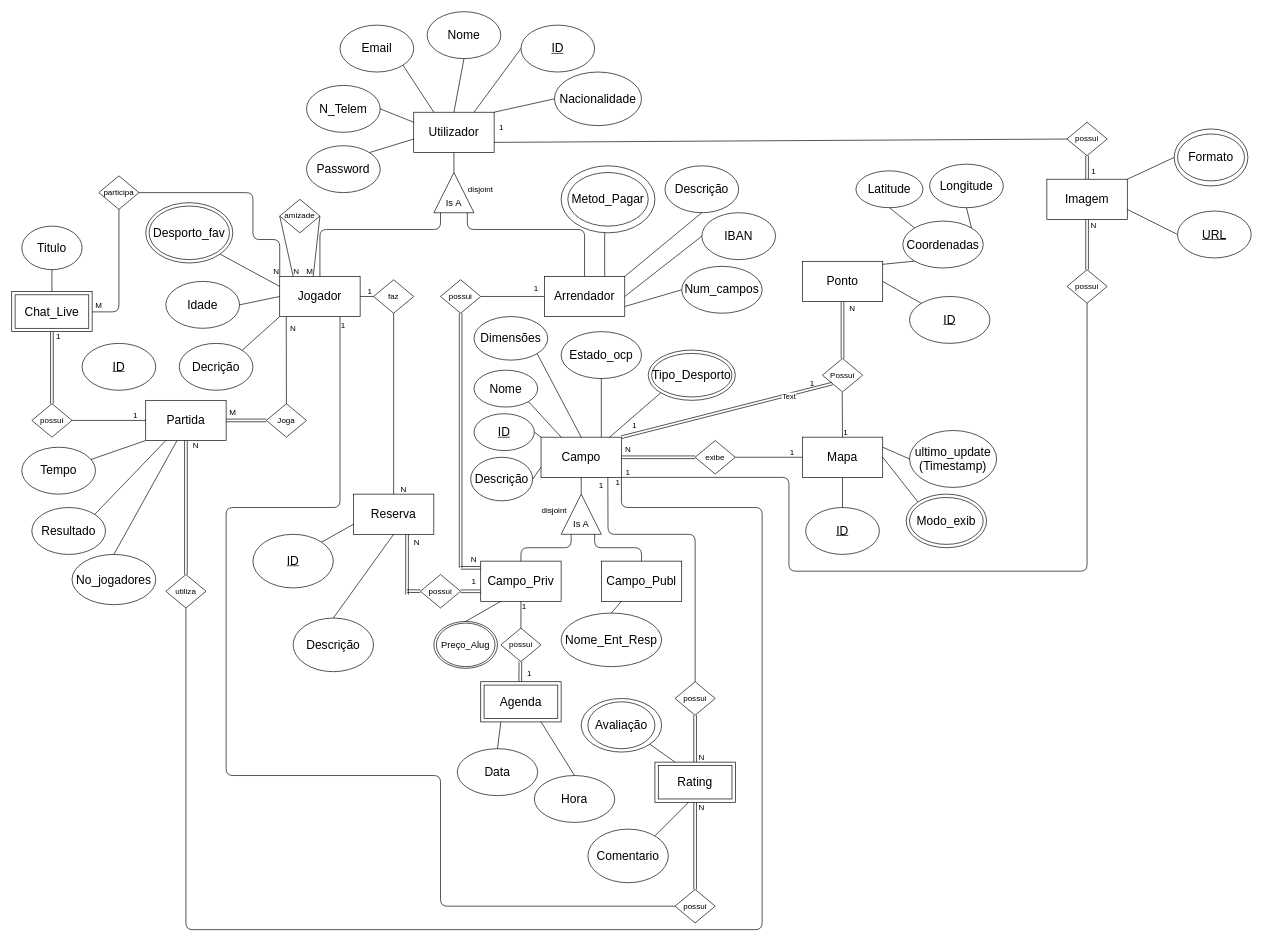
Before: DER_SL.drawio in Paul-Y5/Projeto_SPORTSLINK-BD, a draw.io diagram. Source tidied: cells renumbered, new cells numbered last; positions are measured from the earlier drawing's top-left corner, leaving out a move shared by most shapes. Both pictures are drawn from the tidied source at 67%, with x=0, y=0 at pixel (11, 11).
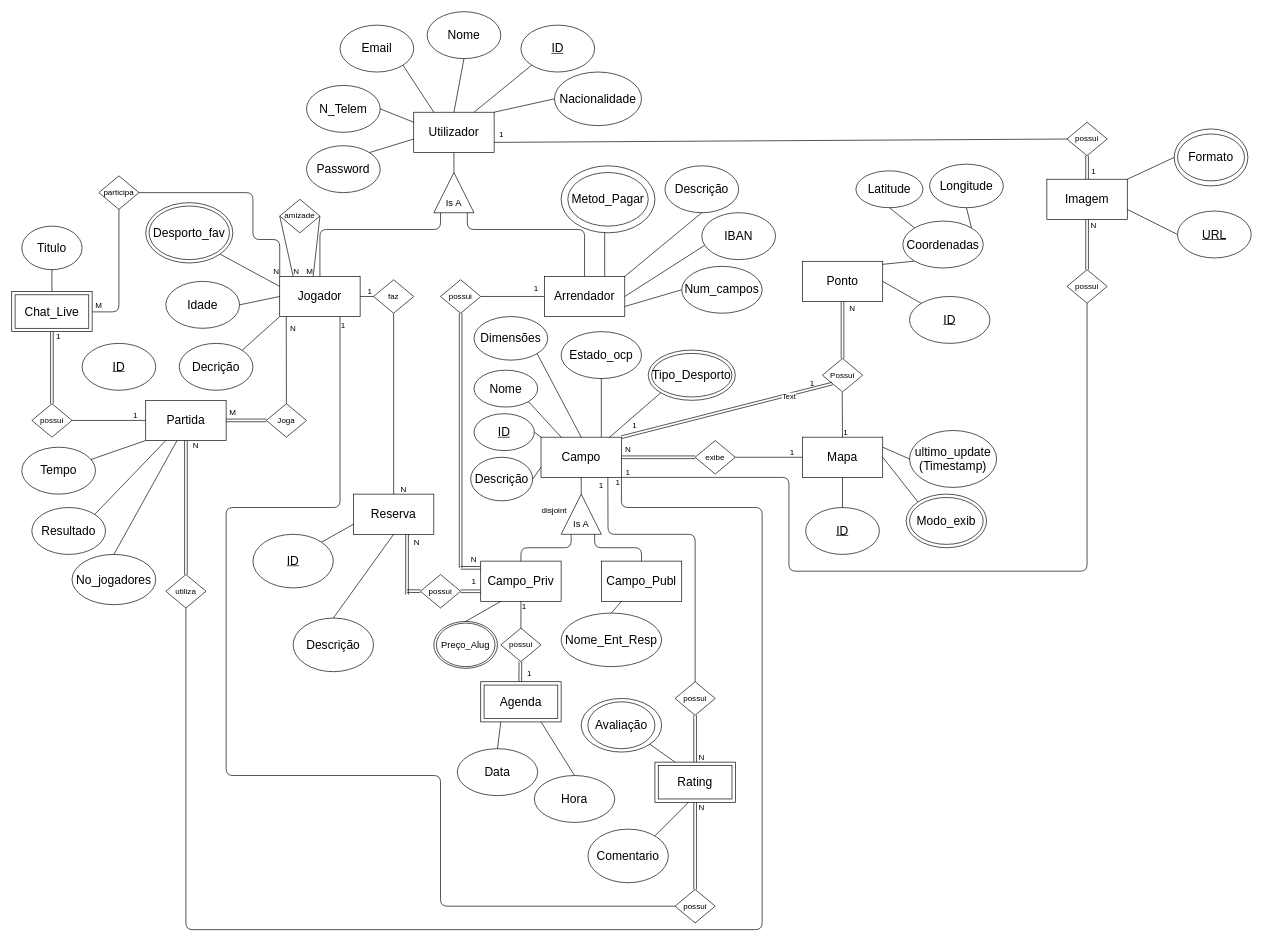
After the change.

Unchanged cells that the change refers to:
```xml
<mxCell id="2" value="&lt;font style=&quot;font-size: 18px;&quot;&gt;Utilizador&lt;/font&gt;" style="rounded=0;whiteSpace=wrap;html=1;" parent="1" vertex="1">
  <mxGeometry x="600" y="150" width="120" height="60" as="geometry" />
</mxCell>
<mxCell id="6" value="&lt;u&gt;&lt;font style=&quot;font-size: 18px;&quot;&gt;ID&lt;/font&gt;&lt;/u&gt;" style="ellipse;whiteSpace=wrap;html=1;" parent="1" vertex="1">
  <mxGeometry x="760" y="20" width="110" height="70" as="geometry" />
</mxCell>
<mxCell id="16" value="&lt;span style=&quot;font-size: 18px;&quot;&gt;Arrendador&lt;/span&gt;" style="rounded=0;whiteSpace=wrap;html=1;" parent="1" vertex="1">
  <mxGeometry x="795" y="395" width="120" height="60" as="geometry" />
</mxCell>
<mxCell id="30" value="&lt;span style=&quot;font-size: 18px;&quot;&gt;IBAN&lt;/span&gt;" style="ellipse;whiteSpace=wrap;html=1;" parent="1" vertex="1">
  <mxGeometry x="1030" y="300" width="110" height="70" as="geometry" />
</mxCell>
```

Change to the diagram source:
```diff
@@
-    <mxCell id="11" style="endArrow=none;html=1;exitX=0;exitY=0.5;exitDx=0;exitDy=0;entryX=0.75;entryY=0;entryDx=0;entryDy=0;" parent="1" edge="1" source="6" target="2">
+    <mxCell id="11" style="endArrow=none;html=1;exitX=0;exitY=1;exitDx=0;exitDy=0;entryX=0.75;entryY=0;entryDx=0;entryDy=0;" parent="1" edge="1" source="6" target="2">
       <mxGeometry relative="1" as="geometry" />
     </mxCell>
@@
-    <mxCell id="35" style="endArrow=none;html=1;exitX=1;exitY=0.5;exitDx=0;exitDy=0;entryX=0;entryY=0.5;entryDx=0;entryDy=0;" parent="1" edge="1" source="16" target="30">
+    <mxCell id="35" style="endArrow=none;html=1;exitX=1;exitY=0.5;exitDx=0;exitDy=0;entryX=0.036;entryY=0.698;entryDx=0;entryDy=0;entryPerimeter=0;" parent="1" edge="1" source="16" target="30">
       <mxGeometry relative="1" as="geometry" />
     </mxCell>
@@
     <mxCell id="162" value="1" style="text;strokeColor=none;align=center;fillColor=none;html=1;verticalAlign=middle;whiteSpace=wrap;rounded=0;" parent="1" vertex="1">
-      <mxGeometry x="726.2" y="165" width="10" height="15" as="geometry" />
+      <mxGeometry x="726.2" y="175" width="10" height="15" as="geometry" />
     </mxCell>
@@
-    <mxCell id="177" value="disjoint" style="text;strokeColor=none;align=center;fillColor=none;html=1;verticalAlign=middle;whiteSpace=wrap;rounded=0;" parent="1" vertex="1">
-      <mxGeometry x="670" y="250" width="60" height="30" as="geometry" />
-    </mxCell>
```
